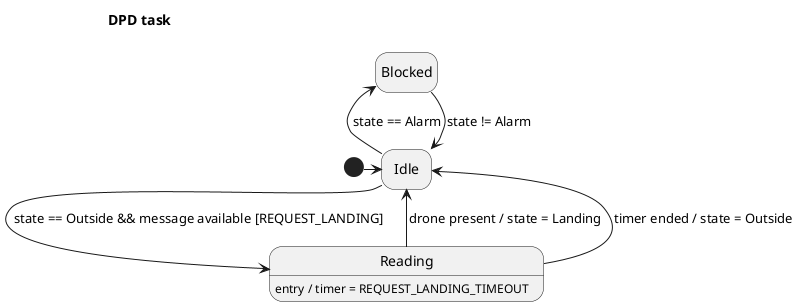
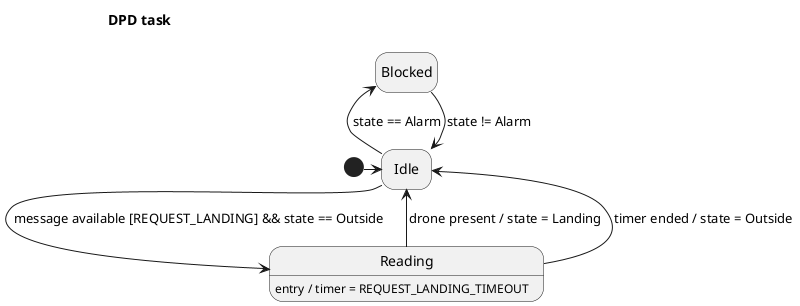
@startuml DPDTask
!pragma layout smetana
hide empty description

title "DPD task"

state start <<start>>

state "Idle" as idle

state "Blocked" as blocked

state "Reading" as reading
reading : entry / timer = REQUEST_LANDING_TIMEOUT

start -r-> idle

idle -u-> blocked : state == Alarm
blocked -d-> idle : state != Alarm

- idle -d-> reading : state == Outside && message available [REQUEST_LANDING]
+ idle -d-> reading : message available [REQUEST_LANDING] && state == Outside

reading -u-> idle : drone present / state = Landing
reading -u-> idle : timer ended / state = Outside

@enduml
